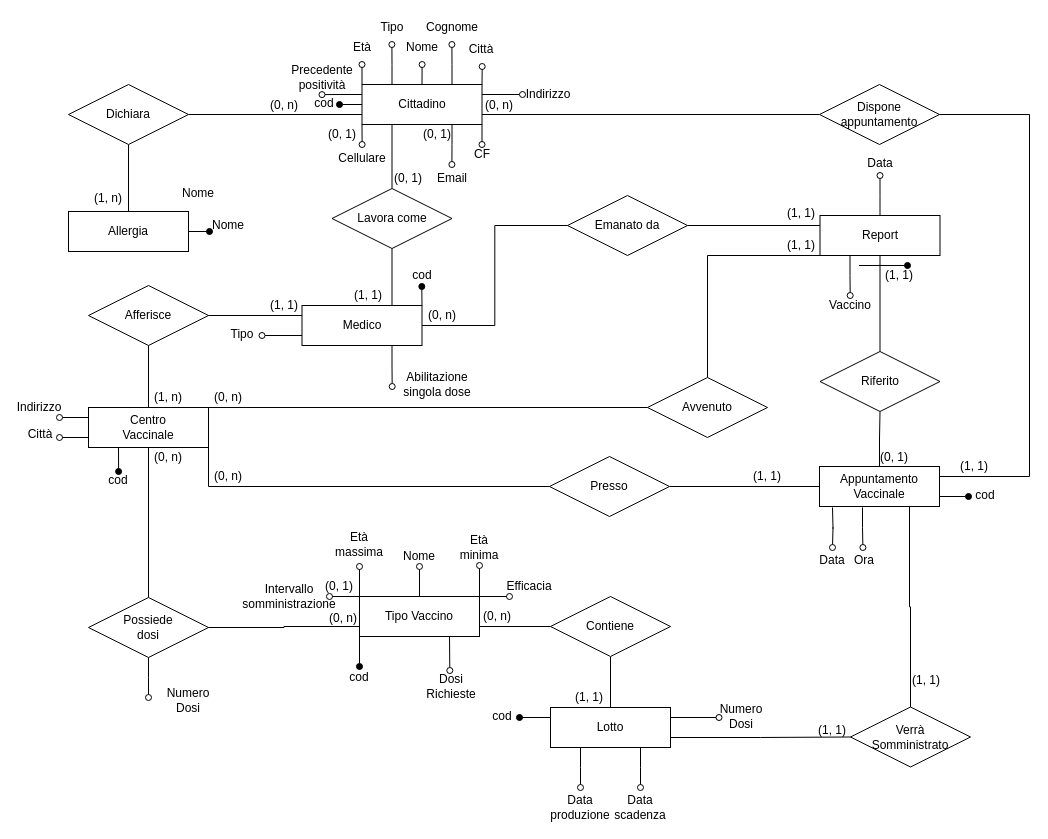
TheFlonet/DB keeps this draw.io diagram as page "ER-ristrutturato-4" (6 of 10) of ER.drawio. Above is the earlier version. Source tidied: cells renumbered, new cells numbered last; positions are measured from the earlier drawing's top-left corner, leaving out a move shared by most shapes. Both pictures are drawn from the tidied source at 100%, with x=0, y=0 at pixel (19, 17).
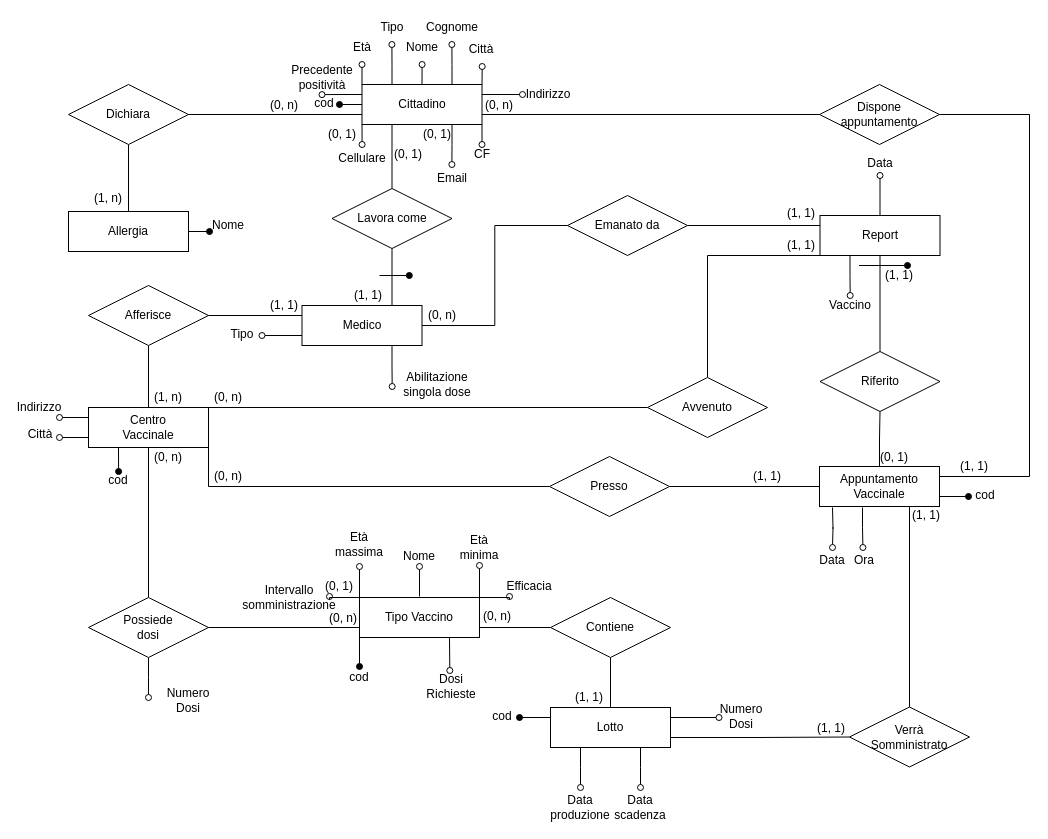
After the change.

Commit message (it also covers changes not shown here):
Modifche ER & word

fatto schema relazionale con vincoli referenziali

Unchanged cells that the change refers to:
```xml
<mxCell id="110" value="Medico" style="whiteSpace=wrap;html=1;align=center;" parent="1" vertex="1">
  <mxGeometry x="282.5" y="288" width="120" height="40" as="geometry" />
</mxCell>
```

Diff of the diagram source:
```diff
@@
     <mxCell id="24" value="Verrà &lt;br&gt;Somministrato" style="shape=rhombus;perimeter=rhombusPerimeter;whiteSpace=wrap;html=1;align=center;" parent="1" vertex="1">
-      <mxGeometry x="831" y="689.5" width="120" height="60" as="geometry" />
+      <mxGeometry x="830" y="689.5" width="120" height="60" as="geometry" />
     </mxCell>
@@
     <mxCell id="27" value="Contiene" style="shape=rhombus;perimeter=rhombusPerimeter;whiteSpace=wrap;html=1;align=center;" parent="1" vertex="1">
-      <mxGeometry x="531" y="579" width="120" height="60" as="geometry" />
+      <mxGeometry x="531" y="580" width="120" height="60" as="geometry" />
     </mxCell>
@@
     <mxCell id="46" value="(1, 1)" style="text;html=1;strokeColor=none;fillColor=none;align=center;verticalAlign=middle;whiteSpace=wrap;rounded=0;" parent="1" vertex="1">
-      <mxGeometry x="792.5" y="702.5" width="40" height="20" as="geometry" />
+      <mxGeometry x="791.5" y="700.5" width="40" height="20" as="geometry" />
     </mxCell>
@@
     <mxCell id="49" value="(1, 1)" style="text;html=1;strokeColor=none;fillColor=none;align=center;verticalAlign=middle;whiteSpace=wrap;rounded=0;" parent="1" vertex="1">
-      <mxGeometry x="887" y="652.5" width="40" height="20" as="geometry" />
+      <mxGeometry x="887" y="488" width="40" height="20" as="geometry" />
     </mxCell>
@@
     <mxCell id="94" value="(0, 1)" style="text;html=1;strokeColor=none;fillColor=none;align=center;verticalAlign=middle;whiteSpace=wrap;rounded=0;" parent="1" vertex="1">
-      <mxGeometry x="369" y="151" width="40" height="20" as="geometry" />
+      <mxGeometry x="369" y="127" width="40" height="20" as="geometry" />
     </mxCell>
@@
-    <mxCell id="104" value="Nome" style="text;html=1;strokeColor=none;fillColor=none;align=center;verticalAlign=middle;whiteSpace=wrap;rounded=0;" parent="1" vertex="1">
-      <mxGeometry x="159" y="166" width="40" height="20" as="geometry" />
-    </mxCell>
@@
-    <mxCell id="109" style="edgeStyle=orthogonalEdgeStyle;rounded=0;jumpSize=0;jettySize=auto;html=1;exitX=1;exitY=0;exitDx=0;exitDy=0;startArrow=none;startFill=0;endArrow=oval;endFill=1;" parent="1" edge="1" source="110">
+    <mxCell id="109" style="edgeStyle=orthogonalEdgeStyle;rounded=0;jumpSize=0;orthogonalLoop=1;jettySize=auto;html=1;startArrow=none;startFill=0;endArrow=oval;endFill=1;" parent="1" edge="1">
       <mxGeometry relative="1" as="geometry">
-        <mxPoint x="402.3" y="269" as="targetPoint" />
+        <mxPoint x="360" y="258" as="sourcePoint" />
+        <mxPoint x="389.8" y="257.9" as="targetPoint" />
       </mxGeometry>
     </mxCell>
@@
     <mxCell id="124" value="Tipo Vaccino" style="whiteSpace=wrap;html=1;align=center;" parent="1" vertex="1">
-      <mxGeometry x="340" y="579" width="120" height="40" as="geometry" />
+      <mxGeometry x="340" y="580" width="120" height="40" as="geometry" />
     </mxCell>
     <mxCell id="125" value="Intervallo somministrazione" style="text;html=1;strokeColor=none;fillColor=none;align=center;verticalAlign=middle;whiteSpace=wrap;rounded=0;" parent="1" vertex="1">
-      <mxGeometry x="250" y="569" width="40" height="20" as="geometry" />
+      <mxGeometry x="250" y="570" width="40" height="20" as="geometry" />
     </mxCell>
@@
-    <mxCell id="138" value="cod" style="text;html=1;strokeColor=none;fillColor=none;align=center;verticalAlign=middle;whiteSpace=wrap;rounded=0;" parent="1" vertex="1">
-      <mxGeometry x="382.5" y="248" width="40" height="20" as="geometry" />
-    </mxCell>
```
